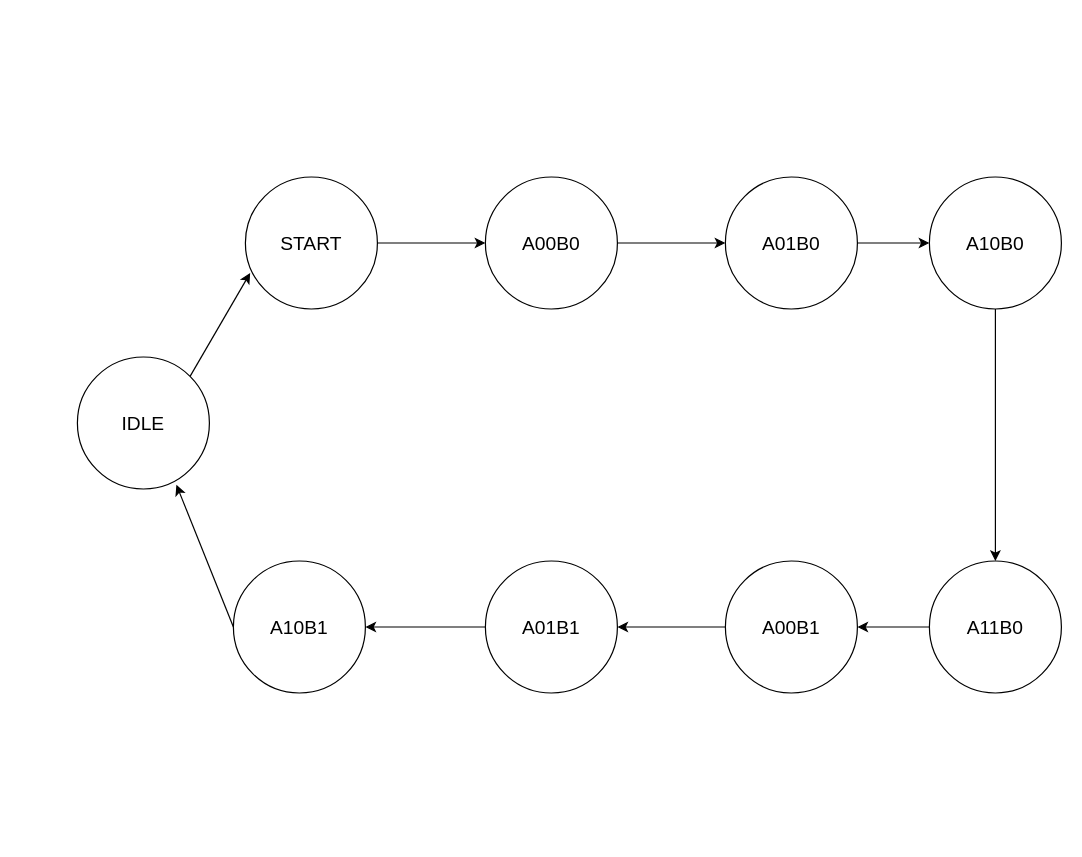
ofek512/32x32_multiplier keeps this draw.io diagram as Untitled Diagram.drawio. Above is the earlier version. Source tidied: cells renumbered, new cells numbered last; positions are measured from the earlier drawing's top-left corner, leaving out a move shared by most shapes. Both pictures are drawn from the tidied source at 120%, with x=0, y=0 at pixel (77, 176).
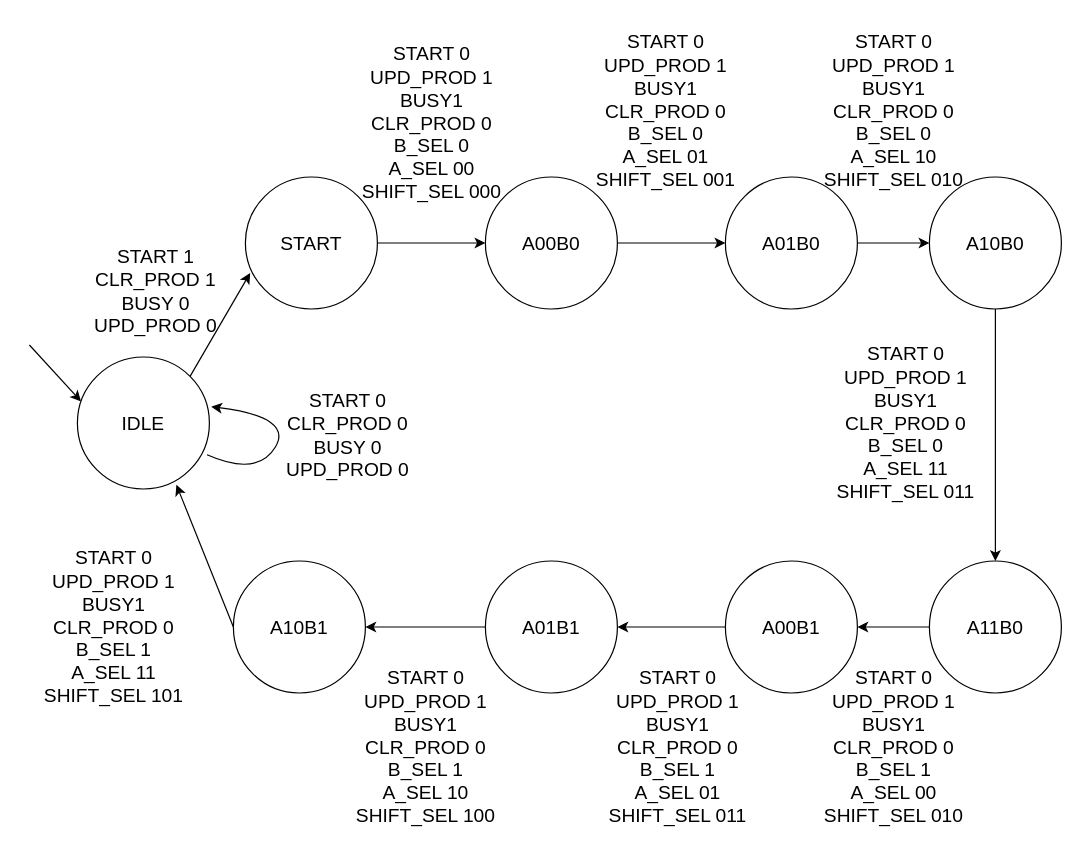
After the change.

Unchanged cells that the change refers to:
```xml
<mxCell id="10" value="&lt;font size=&quot;3&quot;&gt;IDLE&lt;/font&gt;" style="ellipse;whiteSpace=wrap;html=1;" parent="1" vertex="1">
  <mxGeometry y="150" width="110" height="110" as="geometry" />
</mxCell>
```

The edit, as a diff of the source:
```diff
@@
+    <mxCell id="20" style="curved=1;endArrow=classic;html=1;rounded=0;exitX=0.982;exitY=0.741;exitDx=0;exitDy=0;exitPerimeter=0;entryX=1.014;entryY=0.377;entryDx=0;entryDy=0;entryPerimeter=0;" parent="1" edge="1" source="10" target="10">
+      <mxGeometry relative="1" as="geometry">
+        <Array as="points">
+          <mxPoint x="150" y="250" />
+          <mxPoint x="180" y="200" />
+        </Array>
+      </mxGeometry>
+    </mxCell>
+    <mxCell id="21" value="&lt;div&gt;&lt;font size=&quot;3&quot;&gt;START 0&lt;/font&gt;&lt;/div&gt;&lt;div&gt;&lt;font size=&quot;3&quot;&gt;CLR_PROD 0&lt;/font&gt;&lt;/div&gt;&lt;div&gt;&lt;font size=&quot;3&quot;&gt;BUSY 0&lt;/font&gt;&lt;/div&gt;&lt;div&gt;&lt;font size=&quot;3&quot;&gt;UPD_PROD 0&lt;/font&gt;&lt;/div&gt;" style="text;html=1;align=center;verticalAlign=middle;strokeColor=none;fillColor=none;" parent="1" vertex="1">
+      <mxGeometry x="160" y="170" width="130" height="90" as="geometry" />
+    </mxCell>
+    <mxCell id="22" value="&lt;div&gt;&lt;font size=&quot;3&quot;&gt;START 1&lt;/font&gt;&lt;/div&gt;&lt;div&gt;&lt;font size=&quot;3&quot;&gt;CLR_PROD 1&lt;/font&gt;&lt;/div&gt;&lt;div&gt;&lt;font size=&quot;3&quot;&gt;BUSY 0&lt;/font&gt;&lt;/div&gt;&lt;div&gt;&lt;font size=&quot;3&quot;&gt;UPD_PROD 0&lt;/font&gt;&lt;/div&gt;" style="text;html=1;align=center;verticalAlign=middle;strokeColor=none;fillColor=none;" parent="1" vertex="1">
+      <mxGeometry y="50" width="130" height="90" as="geometry" />
+    </mxCell>
+    <mxCell id="23" value="&lt;div&gt;&lt;font size=&quot;3&quot;&gt;START 0&lt;/font&gt;&lt;/div&gt;&lt;div&gt;&lt;font size=&quot;3&quot;&gt;UPD_PROD 1&lt;/font&gt;&lt;/div&gt;&lt;div&gt;&lt;font size=&quot;3&quot;&gt;BUSY1&lt;/font&gt;&lt;/div&gt;&lt;div&gt;&lt;font size=&quot;3&quot;&gt;CLR_PROD 0&lt;/font&gt;&lt;/div&gt;&lt;div&gt;&lt;font size=&quot;3&quot;&gt;B_SEL 0&lt;/font&gt;&lt;/div&gt;&lt;div&gt;&lt;font size=&quot;3&quot;&gt;A_SEL 00&lt;/font&gt;&lt;/div&gt;&lt;div&gt;&lt;font size=&quot;3&quot;&gt;SHIFT_SEL 000&lt;/font&gt;&lt;/div&gt;" style="text;html=1;align=center;verticalAlign=middle;strokeColor=none;fillColor=none;" parent="1" vertex="1">
+      <mxGeometry x="225" y="-120" width="140" height="150" as="geometry" />
+    </mxCell>
+    <mxCell id="24" value="&lt;div&gt;&lt;font size=&quot;3&quot;&gt;START 0&lt;/font&gt;&lt;/div&gt;&lt;div&gt;&lt;font size=&quot;3&quot;&gt;UPD_PROD 1&lt;/font&gt;&lt;/div&gt;&lt;div&gt;&lt;font size=&quot;3&quot;&gt;BUSY1&lt;/font&gt;&lt;/div&gt;&lt;div&gt;&lt;font size=&quot;3&quot;&gt;CLR_PROD 0&lt;/font&gt;&lt;/div&gt;&lt;div&gt;&lt;font size=&quot;3&quot;&gt;B_SEL 0&lt;/font&gt;&lt;/div&gt;&lt;div&gt;&lt;font size=&quot;3&quot;&gt;A_SEL 01&lt;/font&gt;&lt;/div&gt;&lt;div&gt;&lt;font size=&quot;3&quot;&gt;SHIFT_SEL 001&lt;/font&gt;&lt;/div&gt;" style="text;html=1;align=center;verticalAlign=middle;strokeColor=none;fillColor=none;" parent="1" vertex="1">
+      <mxGeometry x="420" y="-130" width="140" height="150" as="geometry" />
+    </mxCell>
+    <mxCell id="25" value="&lt;div&gt;&lt;font size=&quot;3&quot;&gt;START 0&lt;/font&gt;&lt;/div&gt;&lt;div&gt;&lt;font size=&quot;3&quot;&gt;UPD_PROD 1&lt;/font&gt;&lt;/div&gt;&lt;div&gt;&lt;font size=&quot;3&quot;&gt;BUSY1&lt;/font&gt;&lt;/div&gt;&lt;div&gt;&lt;font size=&quot;3&quot;&gt;CLR_PROD 0&lt;/font&gt;&lt;/div&gt;&lt;div&gt;&lt;font size=&quot;3&quot;&gt;B_SEL 0&lt;/font&gt;&lt;/div&gt;&lt;div&gt;&lt;font size=&quot;3&quot;&gt;A_SEL 10&lt;/font&gt;&lt;/div&gt;&lt;div&gt;&lt;font size=&quot;3&quot;&gt;SHIFT_SEL 010&lt;/font&gt;&lt;/div&gt;" style="text;html=1;align=center;verticalAlign=middle;strokeColor=none;fillColor=none;" parent="1" vertex="1">
+      <mxGeometry x="610" y="-130" width="140" height="150" as="geometry" />
+    </mxCell>
+    <mxCell id="26" value="&lt;div&gt;&lt;font size=&quot;3&quot;&gt;START 0&lt;/font&gt;&lt;/div&gt;&lt;div&gt;&lt;font size=&quot;3&quot;&gt;UPD_PROD 1&lt;/font&gt;&lt;/div&gt;&lt;div&gt;&lt;font size=&quot;3&quot;&gt;BUSY1&lt;/font&gt;&lt;/div&gt;&lt;div&gt;&lt;font size=&quot;3&quot;&gt;CLR_PROD 0&lt;/font&gt;&lt;/div&gt;&lt;div&gt;&lt;font size=&quot;3&quot;&gt;B_SEL 0&lt;/font&gt;&lt;/div&gt;&lt;div&gt;&lt;font size=&quot;3&quot;&gt;A_SEL 11&lt;/font&gt;&lt;/div&gt;&lt;div&gt;&lt;font size=&quot;3&quot;&gt;SHIFT_SEL 011&lt;/font&gt;&lt;/div&gt;" style="text;html=1;align=center;verticalAlign=middle;strokeColor=none;fillColor=none;" parent="1" vertex="1">
+      <mxGeometry x="620" y="130" width="140" height="150" as="geometry" />
+    </mxCell>
+    <mxCell id="27" value="&lt;div&gt;&lt;font size=&quot;3&quot;&gt;START 0&lt;/font&gt;&lt;/div&gt;&lt;div&gt;&lt;font size=&quot;3&quot;&gt;UPD_PROD 1&lt;/font&gt;&lt;/div&gt;&lt;div&gt;&lt;font size=&quot;3&quot;&gt;BUSY1&lt;/font&gt;&lt;/div&gt;&lt;div&gt;&lt;font size=&quot;3&quot;&gt;CLR_PROD 0&lt;/font&gt;&lt;/div&gt;&lt;div&gt;&lt;font size=&quot;3&quot;&gt;B_SEL 1&lt;/font&gt;&lt;/div&gt;&lt;div&gt;&lt;font size=&quot;3&quot;&gt;A_SEL 00&lt;/font&gt;&lt;/div&gt;&lt;div&gt;&lt;font size=&quot;3&quot;&gt;SHIFT_SEL 010&lt;/font&gt;&lt;/div&gt;" style="text;html=1;align=center;verticalAlign=middle;strokeColor=none;fillColor=none;" parent="1" vertex="1">
+      <mxGeometry x="610" y="400" width="140" height="150" as="geometry" />
+    </mxCell>
+    <mxCell id="28" value="&lt;div&gt;&lt;font size=&quot;3&quot;&gt;START 0&lt;/font&gt;&lt;/div&gt;&lt;div&gt;&lt;font size=&quot;3&quot;&gt;UPD_PROD 1&lt;/font&gt;&lt;/div&gt;&lt;div&gt;&lt;font size=&quot;3&quot;&gt;BUSY1&lt;/font&gt;&lt;/div&gt;&lt;div&gt;&lt;font size=&quot;3&quot;&gt;CLR_PROD 0&lt;/font&gt;&lt;/div&gt;&lt;div&gt;&lt;font size=&quot;3&quot;&gt;B_SEL 1&lt;/font&gt;&lt;/div&gt;&lt;div&gt;&lt;font size=&quot;3&quot;&gt;A_SEL 01&lt;/font&gt;&lt;/div&gt;&lt;div&gt;&lt;font size=&quot;3&quot;&gt;SHIFT_SEL 011&lt;/font&gt;&lt;/div&gt;" style="text;html=1;align=center;verticalAlign=middle;strokeColor=none;fillColor=none;" parent="1" vertex="1">
+      <mxGeometry x="430" y="400" width="140" height="150" as="geometry" />
+    </mxCell>
+    <mxCell id="29" value="&lt;div&gt;&lt;font size=&quot;3&quot;&gt;START 0&lt;/font&gt;&lt;/div&gt;&lt;div&gt;&lt;font size=&quot;3&quot;&gt;UPD_PROD 1&lt;/font&gt;&lt;/div&gt;&lt;div&gt;&lt;font size=&quot;3&quot;&gt;BUSY1&lt;/font&gt;&lt;/div&gt;&lt;div&gt;&lt;font size=&quot;3&quot;&gt;CLR_PROD 0&lt;/font&gt;&lt;/div&gt;&lt;div&gt;&lt;font size=&quot;3&quot;&gt;B_SEL 1&lt;/font&gt;&lt;/div&gt;&lt;div&gt;&lt;font size=&quot;3&quot;&gt;A_SEL 10&lt;/font&gt;&lt;/div&gt;&lt;div&gt;&lt;font size=&quot;3&quot;&gt;SHIFT_SEL 100&lt;/font&gt;&lt;/div&gt;" style="text;html=1;align=center;verticalAlign=middle;strokeColor=none;fillColor=none;" parent="1" vertex="1">
+      <mxGeometry x="220" y="400" width="140" height="150" as="geometry" />
+    </mxCell>
+    <mxCell id="30" value="&lt;div&gt;&lt;font size=&quot;3&quot;&gt;START 0&lt;/font&gt;&lt;/div&gt;&lt;div&gt;&lt;font size=&quot;3&quot;&gt;UPD_PROD 1&lt;/font&gt;&lt;/div&gt;&lt;div&gt;&lt;font size=&quot;3&quot;&gt;BUSY1&lt;/font&gt;&lt;/div&gt;&lt;div&gt;&lt;font size=&quot;3&quot;&gt;CLR_PROD 0&lt;/font&gt;&lt;/div&gt;&lt;div&gt;&lt;font size=&quot;3&quot;&gt;B_SEL 1&lt;/font&gt;&lt;/div&gt;&lt;div&gt;&lt;font size=&quot;3&quot;&gt;A_SEL 11&lt;/font&gt;&lt;/div&gt;&lt;div&gt;&lt;font size=&quot;3&quot;&gt;SHIFT_SEL 101&lt;/font&gt;&lt;/div&gt;" style="text;html=1;align=center;verticalAlign=middle;strokeColor=none;fillColor=none;" parent="1" vertex="1">
+      <mxGeometry x="-40" y="300" width="140" height="150" as="geometry" />
+    </mxCell>
+    <mxCell id="31" style="endArrow=classic;html=1;rounded=0;entryX=0.027;entryY=0.336;entryDx=0;entryDy=0;entryPerimeter=0;" parent="1" edge="1" target="10">
+      <mxGeometry relative="1" as="geometry">
+        <mxPoint x="-40" y="140" as="sourcePoint" />
+      </mxGeometry>
+    </mxCell>
```
